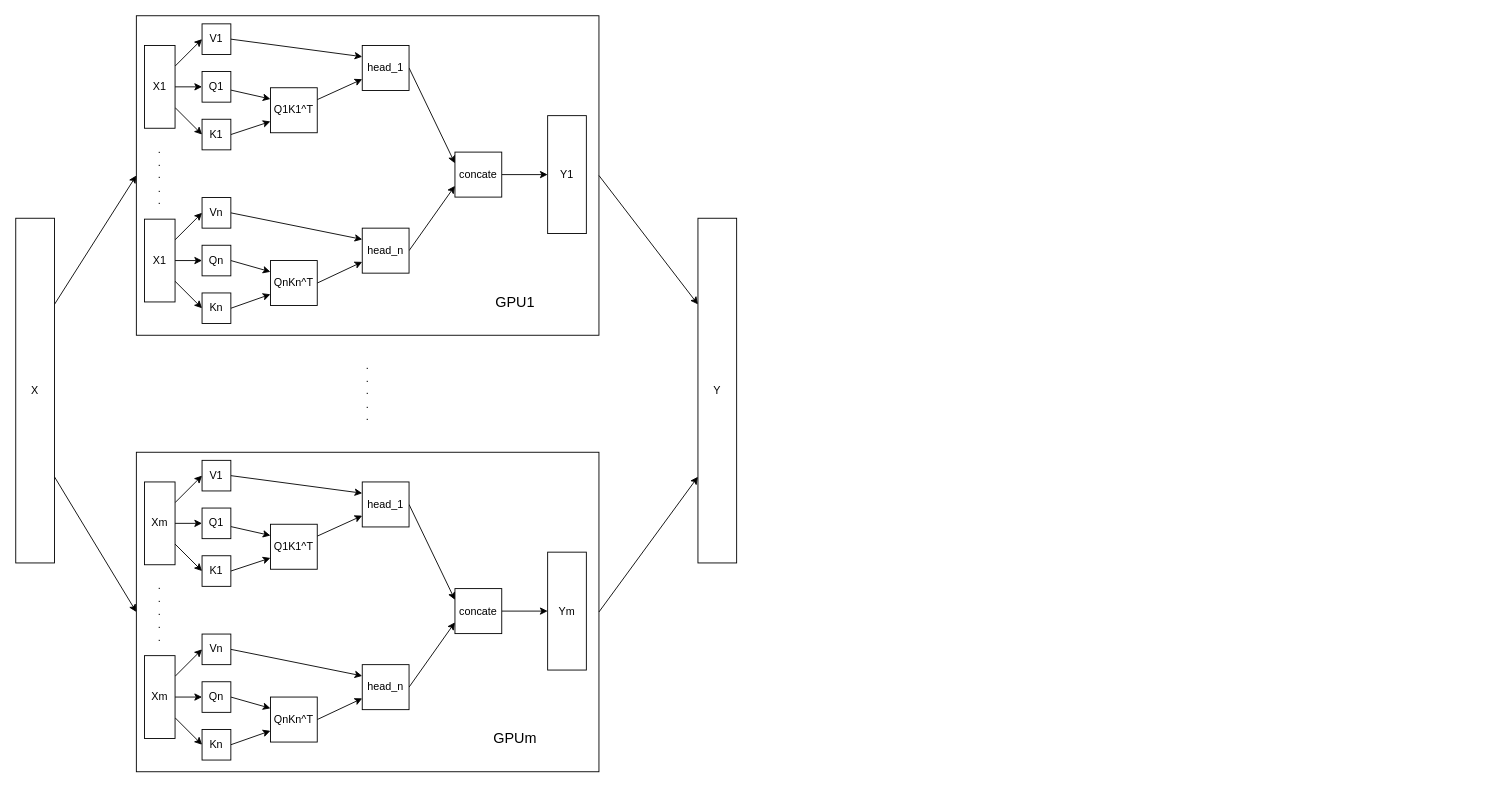
Earlier version of the draw.io diagram page "第 4 页" (4 of 4) of Untitled Diagram.drawio (htliang25/picture). Source tidied: cells renumbered, new cells numbered last; positions are measured from the earlier drawing's top-left corner, leaving out a move shared by most shapes. Both pictures are drawn from the tidied source at 90%, with x=0, y=0 at pixel (15, 15).
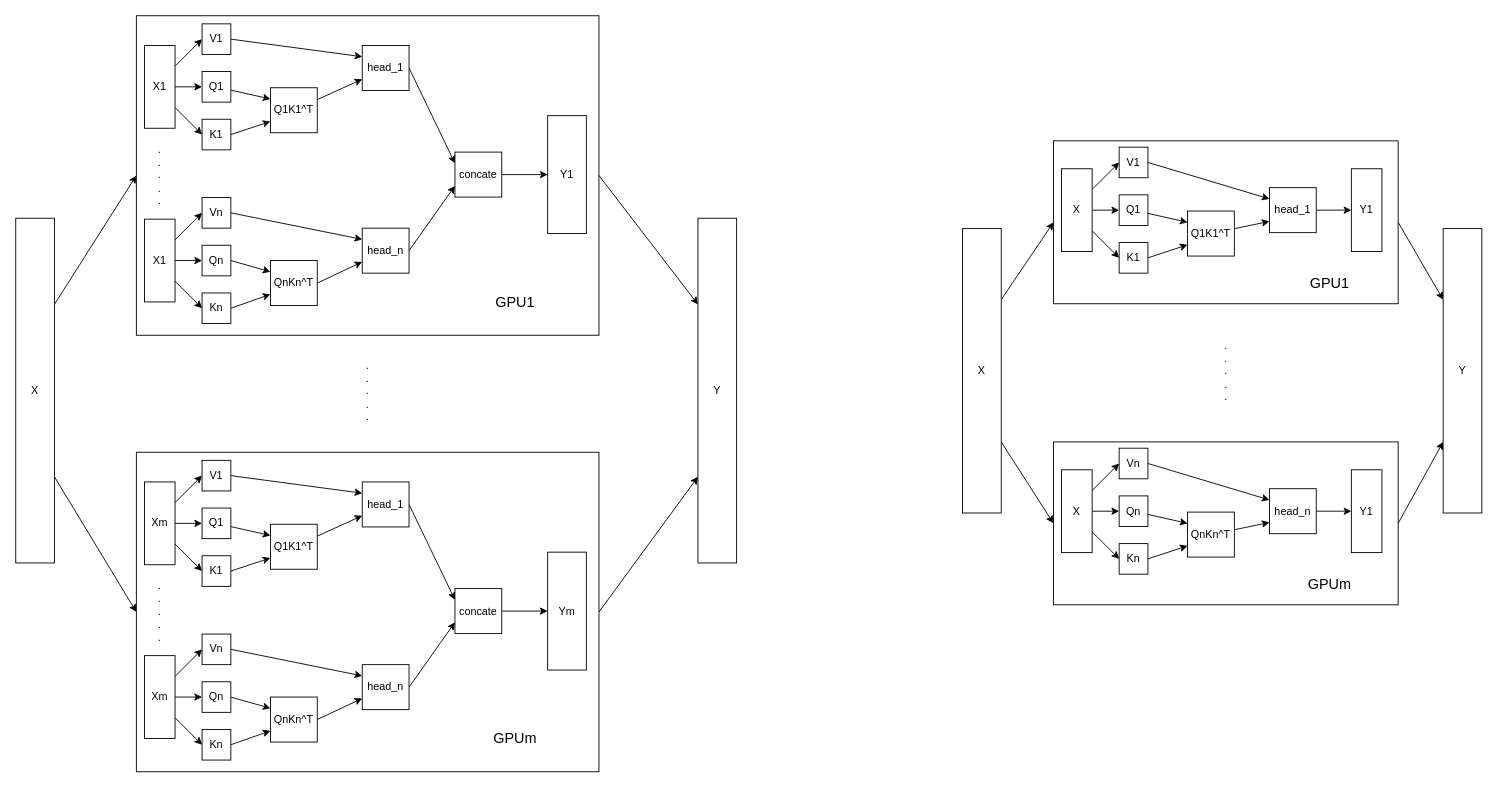
The same diagram, later.

The edit, as a diff of the source:
```diff
@@
+    <mxCell id="77" style="edgeStyle=none;rounded=0;jettySize=auto;html=1;exitX=1;exitY=0.5;exitDx=0;exitDy=0;entryX=0;entryY=0.25;entryDx=0;entryDy=0;fontSize=16;" parent="1" edge="1" source="78" target="117">
+      <mxGeometry relative="1" as="geometry" />
+    </mxCell>
+    <mxCell id="78" style="rounded=0;whiteSpace=wrap;html=1;fillColor=none;" parent="1" vertex="1">
+      <mxGeometry x="1153" y="139" width="383" height="181" as="geometry" />
+    </mxCell>
+    <mxCell id="79" style="edgeStyle=none;rounded=0;jettySize=auto;html=1;exitX=1;exitY=0.5;exitDx=0;exitDy=0;entryX=0;entryY=0.75;entryDx=0;entryDy=0;fontSize=16;" parent="1" edge="1" source="80" target="117">
+      <mxGeometry relative="1" as="geometry" />
+    </mxCell>
+    <mxCell id="80" style="rounded=0;whiteSpace=wrap;html=1;fillColor=none;" parent="1" vertex="1">
+      <mxGeometry x="1153" y="473.5" width="383" height="181" as="geometry" />
+    </mxCell>
@@
+    <mxCell id="81" style="edgeStyle=none;rounded=0;jettySize=auto;html=1;exitX=1;exitY=0.25;exitDx=0;exitDy=0;entryX=0;entryY=0.5;entryDx=0;entryDy=0;" parent="1" edge="1" source="87" target="101">
+      <mxGeometry relative="1" as="geometry" />
+    </mxCell>
+    <mxCell id="82" style="edgeStyle=none;rounded=0;jettySize=auto;html=1;exitX=1;exitY=0.25;exitDx=0;exitDy=0;entryX=0;entryY=0.5;entryDx=0;entryDy=0;" parent="1" edge="1" source="88" target="102">
+      <mxGeometry relative="1" as="geometry" />
+    </mxCell>
@@
+    <mxCell id="83" style="edgeStyle=none;rounded=0;jettySize=auto;html=1;exitX=1;exitY=0.5;exitDx=0;exitDy=0;entryX=0;entryY=0.5;entryDx=0;entryDy=0;" parent="1" edge="1" source="87" target="93">
+      <mxGeometry relative="1" as="geometry" />
+    </mxCell>
+    <mxCell id="84" style="edgeStyle=none;rounded=0;jettySize=auto;html=1;exitX=1;exitY=0.5;exitDx=0;exitDy=0;entryX=0;entryY=0.5;entryDx=0;entryDy=0;" parent="1" edge="1" source="88" target="94">
+      <mxGeometry relative="1" as="geometry" />
+    </mxCell>
@@
+    <mxCell id="85" style="edgeStyle=none;rounded=0;jettySize=auto;html=1;exitX=1;exitY=0.75;exitDx=0;exitDy=0;entryX=0;entryY=0.5;entryDx=0;entryDy=0;" parent="1" edge="1" source="87" target="97">
+      <mxGeometry relative="1" as="geometry" />
+    </mxCell>
+    <mxCell id="86" style="edgeStyle=none;rounded=0;jettySize=auto;html=1;exitX=1;exitY=0.75;exitDx=0;exitDy=0;entryX=0;entryY=0.5;entryDx=0;entryDy=0;" parent="1" edge="1" source="88" target="98">
+      <mxGeometry relative="1" as="geometry" />
+    </mxCell>
@@
+    <mxCell id="87" value="X" style="rounded=0;whiteSpace=wrap;html=1;" parent="1" vertex="1">
+      <mxGeometry x="1162" y="170" width="34" height="92" as="geometry" />
+    </mxCell>
+    <mxCell id="88" value="X" style="rounded=0;whiteSpace=wrap;html=1;" parent="1" vertex="1">
+      <mxGeometry x="1162" y="504.5" width="34" height="92" as="geometry" />
+    </mxCell>
+    <mxCell id="89" value="Y1" style="rounded=0;whiteSpace=wrap;html=1;" parent="1" vertex="1">
+      <mxGeometry x="1484" y="170" width="34" height="92" as="geometry" />
+    </mxCell>
+    <mxCell id="90" value="Y1" style="rounded=0;whiteSpace=wrap;html=1;" parent="1" vertex="1">
+      <mxGeometry x="1484" y="504.5" width="34" height="92" as="geometry" />
+    </mxCell>
@@
+    <mxCell id="91" style="edgeStyle=none;rounded=0;jettySize=auto;html=1;entryX=0;entryY=0.25;entryDx=0;entryDy=0;" parent="1" edge="1" source="93" target="105">
+      <mxGeometry relative="1" as="geometry" />
+    </mxCell>
+    <mxCell id="92" style="edgeStyle=none;rounded=0;jettySize=auto;html=1;entryX=0;entryY=0.25;entryDx=0;entryDy=0;" parent="1" edge="1" source="94" target="106">
+      <mxGeometry relative="1" as="geometry" />
+    </mxCell>
@@
+    <mxCell id="93" value="Q1" style="rounded=0;whiteSpace=wrap;html=1;" parent="1" vertex="1">
+      <mxGeometry x="1226" y="199" width="32" height="34" as="geometry" />
+    </mxCell>
+    <mxCell id="94" value="Qn" style="rounded=0;whiteSpace=wrap;html=1;" parent="1" vertex="1">
+      <mxGeometry x="1226" y="533.5" width="32" height="34" as="geometry" />
+    </mxCell>
@@
+    <mxCell id="95" style="edgeStyle=none;rounded=0;jettySize=auto;html=1;exitX=1;exitY=0.5;exitDx=0;exitDy=0;entryX=0;entryY=0.75;entryDx=0;entryDy=0;" parent="1" edge="1" source="97" target="105">
+      <mxGeometry relative="1" as="geometry" />
+    </mxCell>
+    <mxCell id="96" style="edgeStyle=none;rounded=0;jettySize=auto;html=1;exitX=1;exitY=0.5;exitDx=0;exitDy=0;entryX=0;entryY=0.75;entryDx=0;entryDy=0;" parent="1" edge="1" source="98" target="106">
+      <mxGeometry relative="1" as="geometry" />
+    </mxCell>
@@
+    <mxCell id="97" value="K1" style="rounded=0;whiteSpace=wrap;html=1;" parent="1" vertex="1">
+      <mxGeometry x="1226" y="252" width="32" height="34" as="geometry" />
+    </mxCell>
+    <mxCell id="98" value="Kn" style="rounded=0;whiteSpace=wrap;html=1;" parent="1" vertex="1">
+      <mxGeometry x="1226" y="586.5" width="32" height="34" as="geometry" />
+    </mxCell>
@@
+    <mxCell id="99" style="edgeStyle=none;rounded=0;jettySize=auto;html=1;exitX=1;exitY=0.5;exitDx=0;exitDy=0;entryX=0;entryY=0.25;entryDx=0;entryDy=0;" parent="1" edge="1" source="101" target="109">
+      <mxGeometry relative="1" as="geometry" />
+    </mxCell>
+    <mxCell id="100" style="edgeStyle=none;rounded=0;jettySize=auto;html=1;exitX=1;exitY=0.5;exitDx=0;exitDy=0;entryX=0;entryY=0.25;entryDx=0;entryDy=0;" parent="1" edge="1" source="102" target="110">
+      <mxGeometry relative="1" as="geometry" />
+    </mxCell>
@@
+    <mxCell id="101" value="V1" style="rounded=0;whiteSpace=wrap;html=1;" parent="1" vertex="1">
+      <mxGeometry x="1226" y="146" width="32" height="34" as="geometry" />
+    </mxCell>
+    <mxCell id="102" value="Vn" style="rounded=0;whiteSpace=wrap;html=1;" parent="1" vertex="1">
+      <mxGeometry x="1226" y="480.5" width="32" height="34" as="geometry" />
+    </mxCell>
@@
+    <mxCell id="103" style="edgeStyle=none;rounded=0;jettySize=auto;html=1;entryX=0;entryY=0.75;entryDx=0;entryDy=0;" parent="1" edge="1" source="105" target="109">
+      <mxGeometry relative="1" as="geometry" />
+    </mxCell>
+    <mxCell id="104" style="edgeStyle=none;rounded=0;jettySize=auto;html=1;entryX=0;entryY=0.75;entryDx=0;entryDy=0;" parent="1" edge="1" source="106" target="110">
+      <mxGeometry relative="1" as="geometry" />
+    </mxCell>
@@
+    <mxCell id="105" value="Q1K1^T" style="rounded=0;whiteSpace=wrap;html=1;" parent="1" vertex="1">
+      <mxGeometry x="1302" y="217" width="52" height="50" as="geometry" />
+    </mxCell>
+    <mxCell id="106" value="QnKn^T" style="rounded=0;whiteSpace=wrap;html=1;" parent="1" vertex="1">
+      <mxGeometry x="1302" y="551.5" width="52" height="50" as="geometry" />
+    </mxCell>
@@
+    <mxCell id="107" style="edgeStyle=none;rounded=0;jettySize=auto;html=1;exitX=1;exitY=0.5;exitDx=0;exitDy=0;entryX=0;entryY=0.5;entryDx=0;entryDy=0;fontSize=16;" parent="1" edge="1" source="109" target="89">
+      <mxGeometry relative="1" as="geometry" />
+    </mxCell>
+    <mxCell id="108" style="edgeStyle=none;rounded=0;jettySize=auto;html=1;exitX=1;exitY=0.5;exitDx=0;exitDy=0;entryX=0;entryY=0.5;entryDx=0;entryDy=0;fontSize=16;" parent="1" edge="1" source="110" target="90">
+      <mxGeometry relative="1" as="geometry" />
+    </mxCell>
+    <mxCell id="109" value="head_1" style="rounded=0;whiteSpace=wrap;html=1;" parent="1" vertex="1">
+      <mxGeometry x="1393" y="191" width="52" height="50" as="geometry" />
+    </mxCell>
+    <mxCell id="110" value="head_n" style="rounded=0;whiteSpace=wrap;html=1;" parent="1" vertex="1">
+      <mxGeometry x="1393" y="525.5" width="52" height="50" as="geometry" />
+    </mxCell>
@@
+    <mxCell id="111" value="&lt;font style=&quot;font-size: 16px;&quot;&gt;GPU1&lt;/font&gt;" style="text;html=1;strokeColor=none;fillColor=none;align=center;verticalAlign=middle;whiteSpace=wrap;rounded=0;" parent="1" vertex="1">
+      <mxGeometry x="1424" y="277" width="72" height="40" as="geometry" />
+    </mxCell>
+    <mxCell id="112" value="&lt;font style=&quot;font-size: 16px;&quot;&gt;GPUm&lt;/font&gt;" style="text;html=1;strokeColor=none;fillColor=none;align=center;verticalAlign=middle;whiteSpace=wrap;rounded=0;" parent="1" vertex="1">
+      <mxGeometry x="1424" y="611.5" width="72" height="40" as="geometry" />
+    </mxCell>
@@
+    <mxCell id="113" value=".&lt;br&gt;.&lt;br&gt;.&lt;br&gt;.&lt;br&gt;." style="text;html=1;strokeColor=none;fillColor=none;align=center;verticalAlign=middle;whiteSpace=wrap;rounded=0;" parent="1" vertex="1">
+      <mxGeometry x="1332.5" y="345" width="24" height="99" as="geometry" />
+    </mxCell>
@@
+    <mxCell id="114" style="edgeStyle=none;rounded=0;jettySize=auto;html=1;exitX=1;exitY=0.25;exitDx=0;exitDy=0;entryX=0;entryY=0.5;entryDx=0;entryDy=0;fontSize=16;" parent="1" edge="1" source="116" target="78">
+      <mxGeometry relative="1" as="geometry" />
+    </mxCell>
+    <mxCell id="115" style="edgeStyle=none;rounded=0;jettySize=auto;html=1;exitX=1;exitY=0.75;exitDx=0;exitDy=0;entryX=0;entryY=0.5;entryDx=0;entryDy=0;fontSize=16;" parent="1" edge="1" source="116" target="80">
+      <mxGeometry relative="1" as="geometry" />
+    </mxCell>
+    <mxCell id="116" value="X" style="rounded=0;whiteSpace=wrap;html=1;" parent="1" vertex="1">
+      <mxGeometry x="1052" y="236.5" width="43" height="316" as="geometry" />
+    </mxCell>
+    <mxCell id="117" value="Y" style="rounded=0;whiteSpace=wrap;html=1;" parent="1" vertex="1">
+      <mxGeometry x="1586" y="236.5" width="43" height="316" as="geometry" />
+    </mxCell>
```
